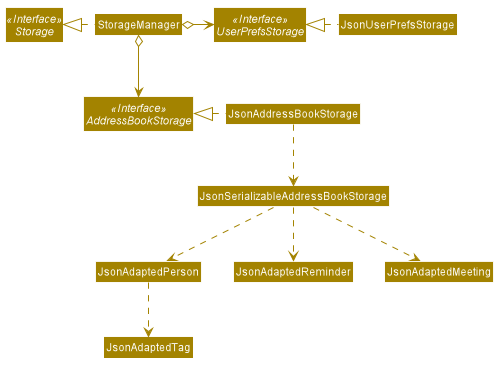
The PlantUML diagram docs/images/StorageClassDiagram.png in sebastiantoh/tp, before a commit. Source of this version:
```plantuml
@startuml








skinparam BackgroundColor #FFFFFFF

skinparam Shadowing false

skinparam Class {
    FontColor #FFFFFF
    BorderThickness 1
    BorderColor #FFFFFF
    StereotypeFontColor #FFFFFF
    FontName Arial
}

skinparam Actor {
    BorderColor #000000
    Color #000000
    FontName Arial
}

skinparam Sequence {
    MessageAlign center
    BoxFontSize 15
    BoxPadding 0
    BoxFontColor #FFFFFF
    FontName Arial
}

skinparam Participant {
    FontColor #FFFFFFF
    Padding 20
}


skinparam ClassAttributeFontColor white
skinparam MinClassWidth 50
skinparam ParticipantPadding 10
skinparam Shadowing false
skinparam DefaultTextAlignment center
skinparam packageStyle Rectangle

hide footbox
hide members
hide circle
skinparam arrowThickness 1.1
skinparam arrowColor #A38300
skinparam classBackgroundColor #A38300

Interface Storage <<Interface>>
Interface UserPrefsStorage <<Interface>>
Interface AddressBookStorage <<Interface>>

Class StorageManager
Class JsonUserPrefsStorage
Class JsonAddressBookStorage

StorageManager .left.|> Storage
StorageManager o-right-> UserPrefsStorage
StorageManager o--> AddressBookStorage

JsonUserPrefsStorage .left.|> UserPrefsStorage
JsonAddressBookStorage .left.|> AddressBookStorage
JsonAddressBookStorage .down.> JsonSerializableAddressBookStorage
JsonSerializableAddressBookStorage ..> JsonAdaptedPerson
JsonSerializableAddressBookStorage ..> JsonAdaptedReminder
JsonSerializableAddressBookStorage ..> JsonAdaptedMeeting
JsonAdaptedPerson ..> JsonAdaptedTag
@enduml
```
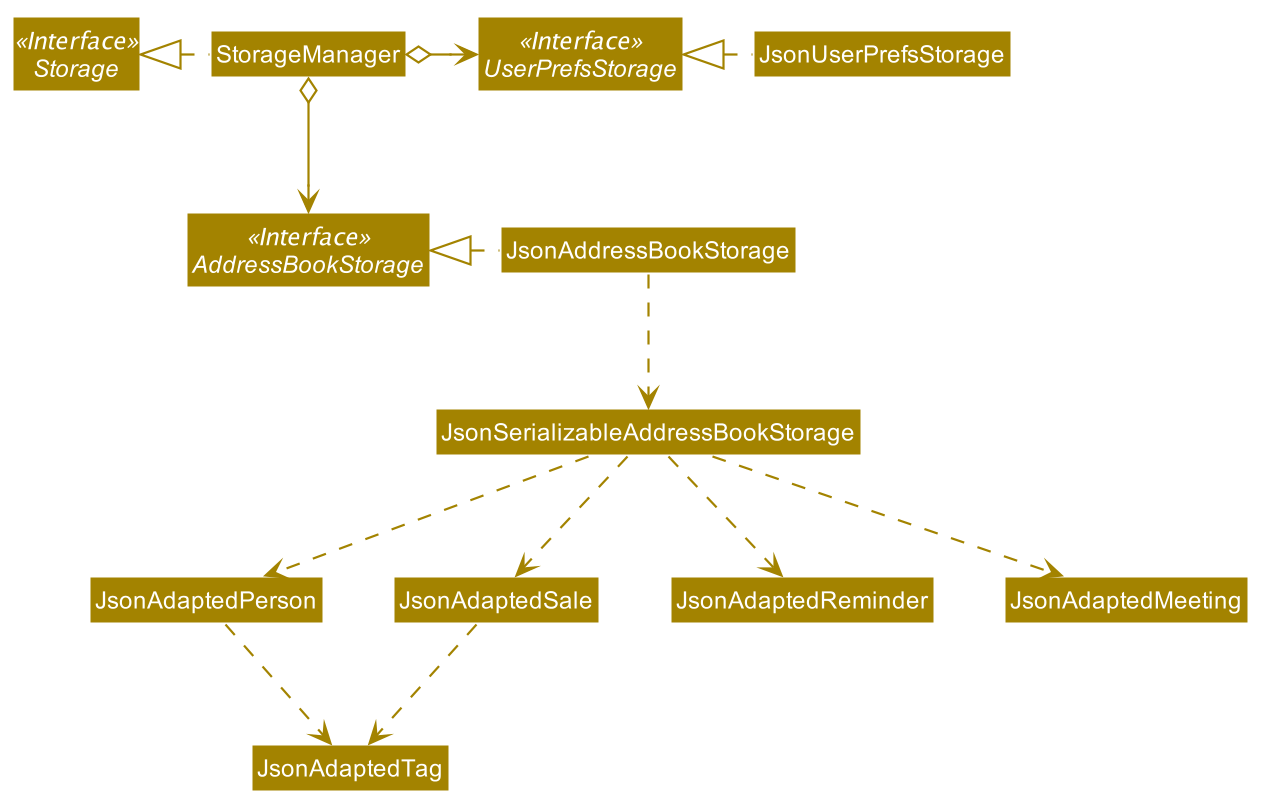
The same file after the commit.

What changed in the source:
```diff
@@ -69,7 +69,9 @@
 JsonAddressBookStorage .left.|> AddressBookStorage
 JsonAddressBookStorage .down.> JsonSerializableAddressBookStorage
 JsonSerializableAddressBookStorage ..> JsonAdaptedPerson
+JsonSerializableAddressBookStorage ..> JsonAdaptedSale
 JsonSerializableAddressBookStorage ..> JsonAdaptedReminder
 JsonSerializableAddressBookStorage ..> JsonAdaptedMeeting
 JsonAdaptedPerson ..> JsonAdaptedTag
+JsonAdaptedSale ..> JsonAdaptedTag
 @enduml
```
